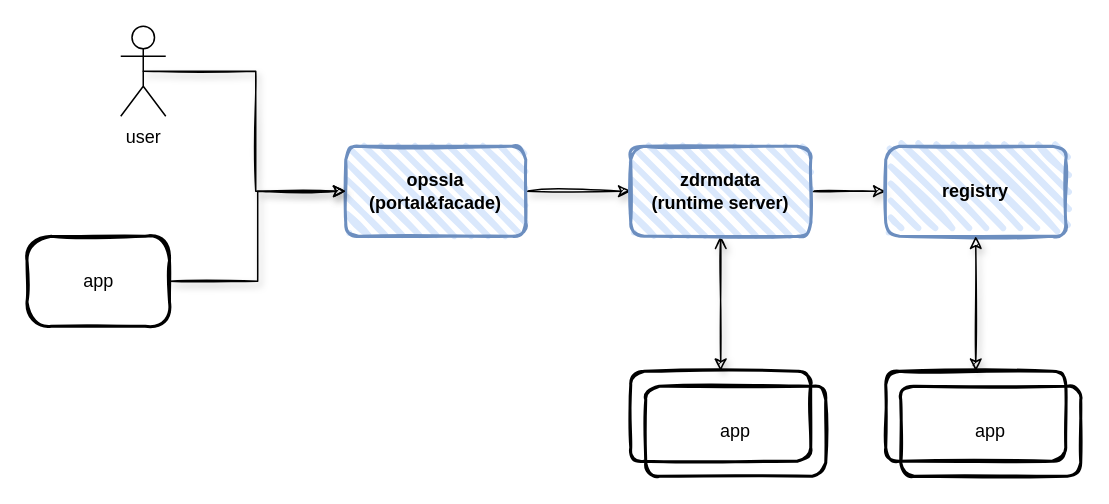
Earlier version of the draw.io diagram page "Page-3" (2 of 3) of drm-arch.drawio (atellwu/atellwu.github.io). Source tidied: cells renumbered, new cells numbered last; positions are measured from the earlier drawing's top-left corner, leaving out a move shared by most shapes. Both pictures are drawn from the tidied source at 150%, with x=0, y=0 at pixel (27, 26).
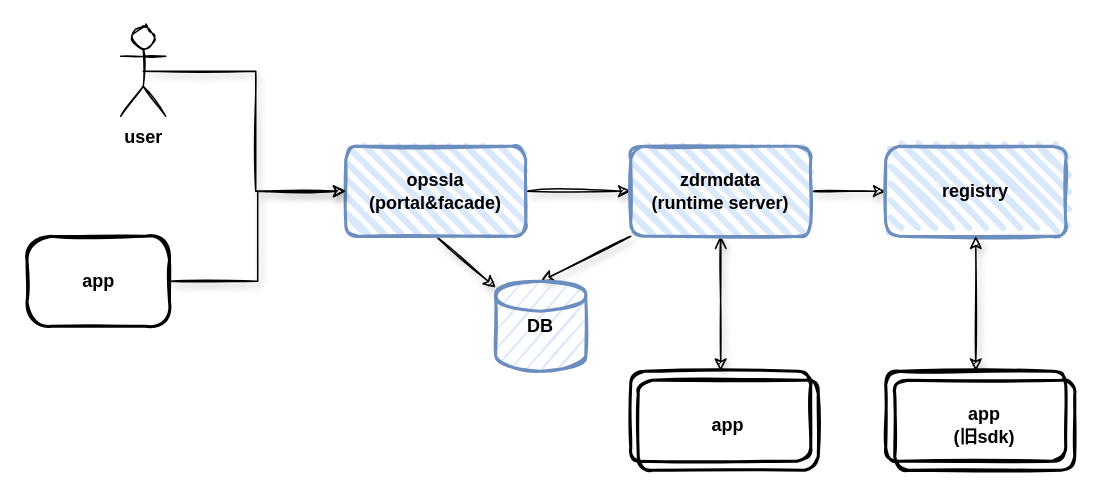
The same diagram, later.

What changed in the source:
```diff
@@
 <mxGraphModel>
   <root>
     <mxCell id="0" />
     <mxCell id="1" parent="0" />
     <mxCell id="2" style="edgeStyle=orthogonalEdgeStyle;rounded=0;jettySize=auto;html=1;exitX=1;exitY=0.5;exitDx=0;exitDy=0;entryX=0;entryY=0.5;entryDx=0;entryDy=0;shadow=1;sketch=1;" parent="1" edge="1" source="3" target="6">
       <mxGeometry relative="1" as="geometry" />
     </mxCell>
+    <mxCell id="17" style="edgeStyle=none;rounded=1;sketch=1;jettySize=auto;html=1;exitX=0.5;exitY=1;exitDx=0;exitDy=0;shadow=1;startArrow=none;startFill=0;" parent="1" edge="1" source="3" target="19">
+      <mxGeometry relative="1" as="geometry" />
+    </mxCell>
     <mxCell id="3" value="&lt;b&gt;opssla&lt;br&gt;(portal&amp;amp;facade)&lt;/b&gt;" style="rounded=1;whiteSpace=wrap;html=1;strokeWidth=2;fillWeight=4;hachureGap=8;hachureAngle=45;sketch=1;fillColor=#dae8fc;strokeColor=#6c8ebf;" parent="1" vertex="1">
       <mxGeometry x="212" y="80" width="120" height="60" as="geometry" />
     </mxCell>
     <mxCell id="4" style="edgeStyle=orthogonalEdgeStyle;rounded=0;jettySize=auto;html=1;exitX=0.5;exitY=1;exitDx=0;exitDy=0;entryX=0.5;entryY=0;entryDx=0;entryDy=0;startArrow=open;startFill=0;shadow=1;sketch=1;" parent="1" edge="1" source="6" target="7">
       <mxGeometry relative="1" as="geometry" />
     </mxCell>
     <mxCell id="5" style="edgeStyle=orthogonalEdgeStyle;rounded=0;jettySize=auto;html=1;exitX=1;exitY=0.5;exitDx=0;exitDy=0;entryX=0;entryY=0.5;entryDx=0;entryDy=0;startArrow=none;startFill=0;shadow=1;sketch=1;" parent="1" edge="1" source="6" target="12">
       <mxGeometry relative="1" as="geometry" />
     </mxCell>
+    <mxCell id="18" style="edgeStyle=none;rounded=1;sketch=1;jettySize=auto;html=1;exitX=0;exitY=1;exitDx=0;exitDy=0;entryX=0.5;entryY=0;entryDx=0;entryDy=0;entryPerimeter=0;shadow=1;startArrow=none;startFill=0;" parent="1" edge="1" source="6" target="19">
+      <mxGeometry relative="1" as="geometry" />
+    </mxCell>
     <mxCell id="6" value="&lt;b&gt;zdrmdata&lt;br&gt;(runtime server)&lt;/b&gt;" style="rounded=1;whiteSpace=wrap;html=1;strokeWidth=2;fillWeight=4;hachureGap=8;hachureAngle=45;sketch=1;fillColor=#dae8fc;strokeColor=#6c8ebf;" parent="1" vertex="1">
       <mxGeometry x="402" y="80" width="120" height="60" as="geometry" />
     </mxCell>
     <mxCell id="7" style="rounded=1;whiteSpace=wrap;html=1;strokeWidth=2;fillWeight=4;hachureGap=8;hachureAngle=45;sketch=1;fillColor=none;" parent="1" vertex="1">
       <mxGeometry x="402" y="230" width="120" height="60" as="geometry" />
     </mxCell>
     <mxCell id="8" style="edgeStyle=orthogonalEdgeStyle;rounded=0;jettySize=auto;html=1;exitX=0.5;exitY=0.5;exitDx=0;exitDy=0;exitPerimeter=0;entryX=0;entryY=0.5;entryDx=0;entryDy=0;shadow=1;sketch=1;" parent="1" edge="1" source="9" target="3">
       <mxGeometry relative="1" as="geometry" />
     </mxCell>
-    <mxCell id="9" value="user" style="shape=umlActor;verticalLabelPosition=bottom;verticalAlign=top;html=1;outlineConnect=0;" parent="1" vertex="1">
+    <mxCell id="9" value="&lt;b&gt;user&lt;/b&gt;" style="shape=umlActor;verticalLabelPosition=bottom;verticalAlign=top;html=1;outlineConnect=0;sketch=1;" parent="1" vertex="1">
       <mxGeometry x="62" width="30" height="60" as="geometry" />
     </mxCell>
     <mxCell id="10" style="edgeStyle=orthogonalEdgeStyle;rounded=0;jettySize=auto;html=1;exitX=1;exitY=0.5;exitDx=0;exitDy=0;entryX=0;entryY=0.5;entryDx=0;entryDy=0;shadow=1;sketch=1;" parent="1" edge="1" source="11" target="3">
       <mxGeometry relative="1" as="geometry" />
     </mxCell>
-    <mxCell id="11" value="app" style="rounded=1;whiteSpace=wrap;html=1;strokeWidth=2;fillWeight=4;hachureGap=8;hachureAngle=45;sketch=1;fillColor=none;arcSize=27;" parent="1" vertex="1">
+    <mxCell id="11" value="&lt;b&gt;app&lt;/b&gt;" style="rounded=1;whiteSpace=wrap;html=1;strokeWidth=2;fillWeight=4;hachureGap=8;hachureAngle=45;sketch=1;fillColor=none;arcSize=27;" parent="1" vertex="1">
       <mxGeometry x="-0.5" y="140" width="95" height="60" as="geometry" />
     </mxCell>
     <mxCell id="12" value="&lt;b&gt;registry&lt;/b&gt;" style="rounded=1;whiteSpace=wrap;html=1;strokeWidth=2;fillWeight=4;hachureGap=8;hachureAngle=45;sketch=1;fillColor=#dae8fc;strokeColor=#6c8ebf;" parent="1" vertex="1">
       <mxGeometry x="572" y="80" width="120" height="60" as="geometry" />
     </mxCell>
-    <mxCell id="13" value="app" style="rounded=1;whiteSpace=wrap;html=1;strokeWidth=2;fillWeight=4;hachureGap=8;hachureAngle=45;sketch=1;fillColor=none;" parent="1" vertex="1">
-      <mxGeometry x="412" y="240" width="120" height="60" as="geometry" />
+    <mxCell id="13" value="&lt;b&gt;app&lt;/b&gt;" style="rounded=1;whiteSpace=wrap;html=1;strokeWidth=2;fillWeight=4;hachureGap=8;hachureAngle=45;sketch=1;fillColor=none;" parent="1" vertex="1">
+      <mxGeometry x="407" y="236" width="120" height="60" as="geometry" />
     </mxCell>
     <mxCell id="14" style="jettySize=auto;html=1;exitX=0.5;exitY=0;exitDx=0;exitDy=0;entryX=0.5;entryY=1;entryDx=0;entryDy=0;startArrow=classic;startFill=1;rounded=1;shadow=1;sketch=1;" parent="1" edge="1" source="15" target="12">
       <mxGeometry relative="1" as="geometry" />
     </mxCell>
     <mxCell id="15" style="rounded=1;whiteSpace=wrap;html=1;strokeWidth=2;fillWeight=4;hachureGap=8;hachureAngle=45;sketch=1;fillColor=none;" parent="1" vertex="1">
       <mxGeometry x="572" y="230" width="120" height="60" as="geometry" />
     </mxCell>
-    <mxCell id="16" value="app" style="rounded=1;whiteSpace=wrap;html=1;strokeWidth=2;fillWeight=4;hachureGap=8;hachureAngle=45;sketch=1;fillColor=none;" parent="1" vertex="1">
-      <mxGeometry x="582" y="240" width="120" height="60" as="geometry" />
+    <mxCell id="16" value="&lt;b&gt;app&lt;br&gt;(旧sdk)&lt;/b&gt;" style="rounded=1;whiteSpace=wrap;html=1;strokeWidth=2;fillWeight=4;hachureGap=8;hachureAngle=45;sketch=1;fillColor=none;" parent="1" vertex="1">
+      <mxGeometry x="578" y="236" width="120" height="60" as="geometry" />
     </mxCell>
+    <mxCell id="19" value="&lt;b&gt;DB&lt;/b&gt;" style="strokeWidth=2;html=1;shape=mxgraph.flowchart.database;whiteSpace=wrap;sketch=1;shadow=0;fillColor=#dae8fc;strokeColor=#6c8ebf;" parent="1" vertex="1">
+      <mxGeometry x="312" y="170" width="60" height="60" as="geometry" />
+    </mxCell>
   </root>
 </mxGraphModel>
```
